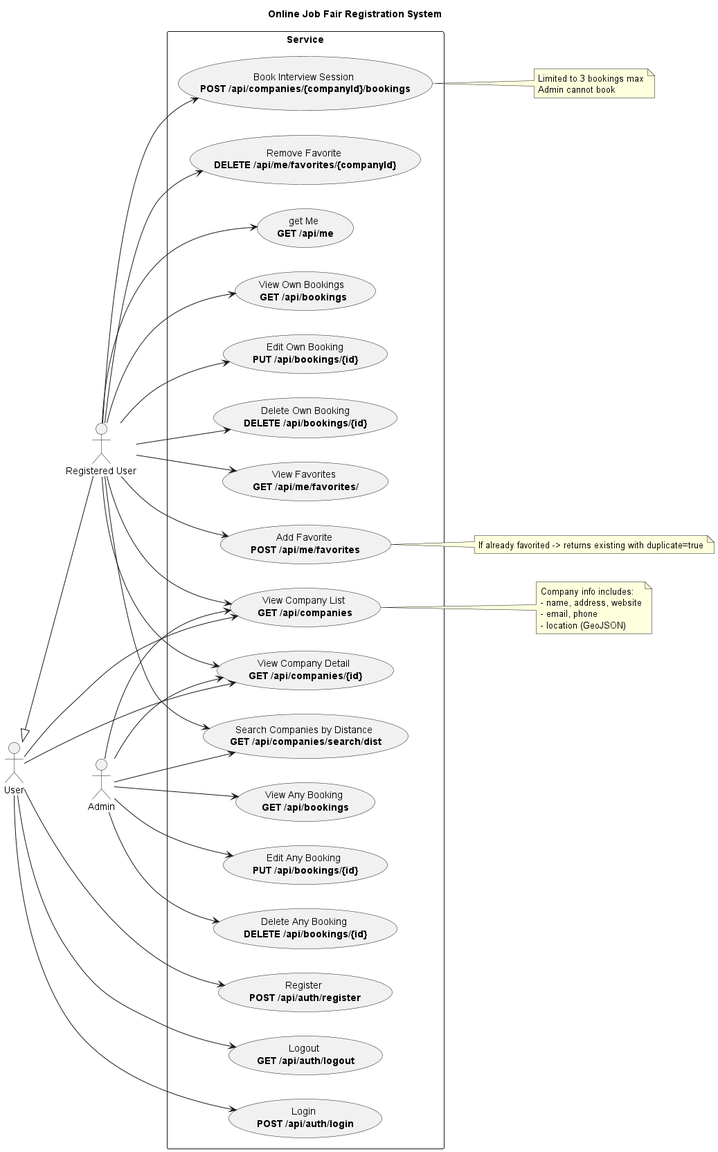
The PlantUML diagram out/docs/diagram/usecase.png in 098ff/ArtmaybeDEV, before a commit. Its diagram source:
```plantuml
@startuml
title Online Job Fair Registration System
left to right direction
skinparam shadowing false

actor User
actor "Registered User" as Reg
actor Admin

User <|-- Reg

rectangle "Service" {
  usecase "Login \n<b>POST /api/auth/login" as UC_Login
  usecase "Register \n<b>POST /api/auth/register" as UC_Register
  usecase "Logout \n<b>GET /api/auth/logout" as UC_Logout
  usecase "get Me \n<b>GET /api/me" as UC_GetMe

  usecase "Book Interview Session \n<b>POST /api/companies/{companyId}/bookings" as UC_Book
  usecase "View Own Bookings \n<b>GET /api/bookings" as UC_ViewOwn
  usecase "Edit Own Booking\n<b>PUT /api/bookings/{id}" as UC_EditOwn
  usecase "Delete Own Booking\n<b>DELETE /api/bookings/{id}" as UC_DeleteOwn

  usecase "View Company List \n<b>GET /api/companies" as UC_Companies
  usecase "View Company Detail \n<b>GET /api/companies/{id}" as UC_CompanyDetail
  usecase "Search Companies by Distance \n<b>GET /api/companies/search/dist" as UC_CompanyDist

  usecase "Add Favorite \n<b>POST /api/me/favorites" as UC_FavAdd
  usecase "View Favorites \n<b>GET /api/me/favorites/" as UC_FavList
  usecase "Remove Favorite \n<b>DELETE /api/me/favorites/{companyId}" as UC_FavDel

  usecase "View Any Booking \n<b>GET /api/bookings" as UC_ViewAny
  usecase "Edit Any Booking \n<b>PUT /api/bookings/{id}" as UC_EditAny
  usecase "Delete Any Booking \n<b>DELETE /api/bookings/{id}" as UC_DeleteAny
}

User --> UC_Login
User --> UC_Register
User --> UC_Logout
User --> UC_Companies
User --> UC_CompanyDetail

Reg --> UC_GetMe
Reg --> UC_Book
Reg --> UC_ViewOwn
Reg --> UC_EditOwn
Reg --> UC_DeleteOwn
Reg --> UC_Companies
Reg --> UC_CompanyDetail
Reg --> UC_CompanyDist
Reg --> UC_FavAdd
Reg --> UC_FavList
Reg --> UC_FavDel

Admin --> UC_ViewAny
Admin --> UC_EditAny
Admin --> UC_DeleteAny
Admin --> UC_Companies
Admin --> UC_CompanyDetail
Admin --> UC_CompanyDist

note right of UC_Book
  Limited to 3 bookings max
  Admin cannot book
end note

note right of UC_Companies
  Company info includes:
  - name, address, website
  - email, phone
  - location (GeoJSON)
end note

note right of UC_FavAdd
  If already favorited -> returns existing with duplicate=true
end note
@enduml
```
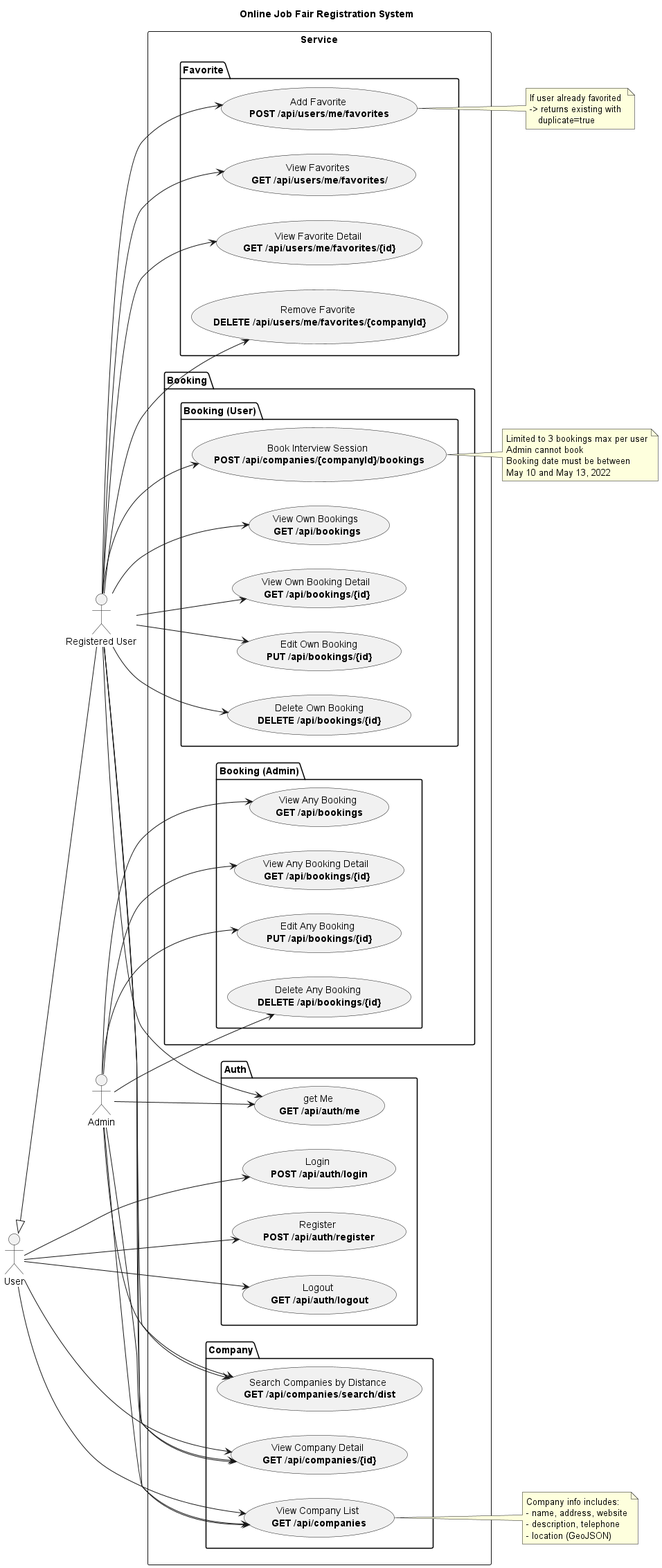
Later version of the same file.

Commit message:
fix/class diagram

What changed in the source:
```diff
@@ -10,27 +10,45 @@
 User <|-- Reg
 
 rectangle "Service" {
-  usecase "Login \n<b>POST /api/auth/login" as UC_Login
-  usecase "Register \n<b>POST /api/auth/register" as UC_Register
-  usecase "Logout \n<b>GET /api/auth/logout" as UC_Logout
-  usecase "get Me \n<b>GET /api/me" as UC_GetMe
 
-  usecase "Book Interview Session \n<b>POST /api/companies/{companyId}/bookings" as UC_Book
-  usecase "View Own Bookings \n<b>GET /api/bookings" as UC_ViewOwn
-  usecase "Edit Own Booking\n<b>PUT /api/bookings/{id}" as UC_EditOwn
-  usecase "Delete Own Booking\n<b>DELETE /api/bookings/{id}" as UC_DeleteOwn
+  package "Auth" {
+    usecase "Login \n<b>POST /api/auth/login" as UC_Login
+    usecase "Register \n<b>POST /api/auth/register" as UC_Register
+    usecase "Logout \n<b>GET /api/auth/logout" as UC_Logout
+    usecase "get Me \n<b>GET /api/auth/me" as UC_GetMe
+  }
 
-  usecase "View Company List \n<b>GET /api/companies" as UC_Companies
-  usecase "View Company Detail \n<b>GET /api/companies/{id}" as UC_CompanyDetail
-  usecase "Search Companies by Distance \n<b>GET /api/companies/search/dist" as UC_CompanyDist
+  package "Company" {
+    usecase "View Company List \n<b>GET /api/companies" as UC_Companies
+    usecase "View Company Detail \n<b>GET /api/companies/{id}" as UC_CompanyDetail
+    usecase "Search Companies by Distance \n<b>GET /api/companies/search/dist" as UC_CompanyDist
+  }
+  package "Booking" {
 
-  usecase "Add Favorite \n<b>POST /api/me/favorites" as UC_FavAdd
-  usecase "View Favorites \n<b>GET /api/me/favorites/" as UC_FavList
-  usecase "Remove Favorite \n<b>DELETE /api/me/favorites/{companyId}" as UC_FavDel
+    package "Booking (User)" {
+      usecase "Book Interview Session \n<b>POST /api/companies/{companyId}/bookings" as UC_Book
+      usecase "View Own Bookings \n<b>GET /api/bookings" as UC_ViewOwn
+      usecase "View Own Booking Detail \n<b>GET /api/bookings/{id}" as UC_ViewOwnDetail
+      usecase "Edit Own Booking\n<b>PUT /api/bookings/{id}" as UC_EditOwn
+      usecase "Delete Own Booking\n<b>DELETE /api/bookings/{id}" as UC_DeleteOwn
+    }
 
-  usecase "View Any Booking \n<b>GET /api/bookings" as UC_ViewAny
-  usecase "Edit Any Booking \n<b>PUT /api/bookings/{id}" as UC_EditAny
-  usecase "Delete Any Booking \n<b>DELETE /api/bookings/{id}" as UC_DeleteAny
+    package "Booking (Admin)" {
+      usecase "View Any Booking \n<b>GET /api/bookings" as UC_ViewAny
+      usecase "View Any Booking Detail \n<b>GET /api/bookings/{id}" as UC_ViewAnyDetail
+      usecase "Edit Any Booking \n<b>PUT /api/bookings/{id}" as UC_EditAny
+      usecase "Delete Any Booking \n<b>DELETE /api/bookings/{id}" as UC_DeleteAny
+    }
+  }
+
+
+  package "Favorite" {
+    usecase "Add Favorite \n<b>POST /api/users/me/favorites" as UC_FavAdd
+    usecase "View Favorites \n<b>GET /api/users/me/favorites/" as UC_FavList
+    usecase "View Favorite Detail \n<b>GET /api/users/me/favorites/{id}" as UC_FavDetail
+    usecase "Remove Favorite \n<b>DELETE /api/users/me/favorites/{companyId}" as UC_FavDel
+  }
+
 }
 
 User --> UC_Login
@@ -50,27 +68,36 @@
 Reg --> UC_FavAdd
 Reg --> UC_FavList
 Reg --> UC_FavDel
+Reg --> UC_FavDetail
+Reg --> UC_ViewOwnDetail
 
+Admin --> UC_GetMe
 Admin --> UC_ViewAny
 Admin --> UC_EditAny
 Admin --> UC_DeleteAny
 Admin --> UC_Companies
 Admin --> UC_CompanyDetail
 Admin --> UC_CompanyDist
+Admin --> UC_ViewAnyDetail
 
 note right of UC_Book
-  Limited to 3 bookings max
+  Limited to 3 bookings max per user
   Admin cannot book
+  Booking date must be between
+  May 10 and May 13, 2022
 end note
 
 note right of UC_Companies
   Company info includes:
   - name, address, website
-  - email, phone
+  - description, telephone
   - location (GeoJSON)
 end note
 
 note right of UC_FavAdd
-  If already favorited -> returns existing with duplicate=true
+  If user already favorited
+  -> returns existing with
+     duplicate=true
 end note
+
 @enduml
```
